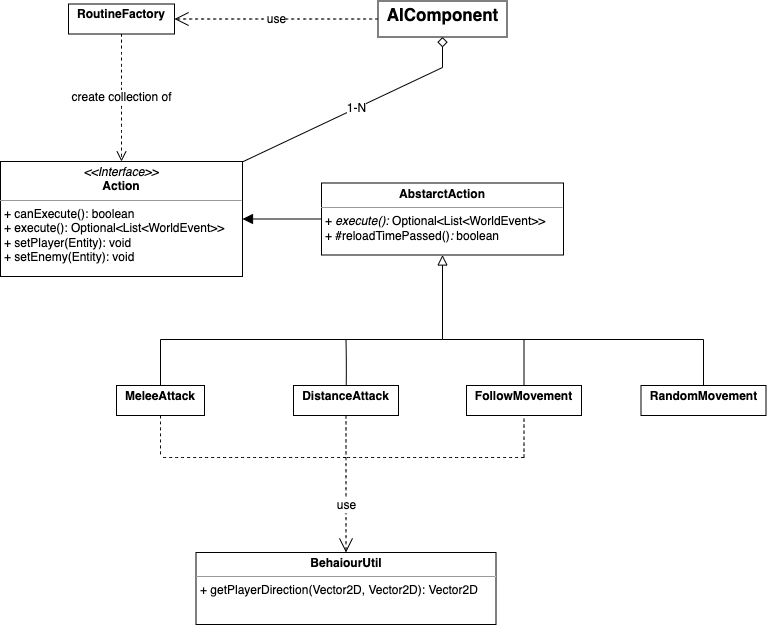
Before: latex/uml/UML_AI.png, a diagram exported from draw.io (LorenzoPrati/OOP22-dim-hol). Source tidied: cells renumbered, new cells last; positions are measured from the earlier drawing's top-left corner, leaving out a move shared by most shapes.
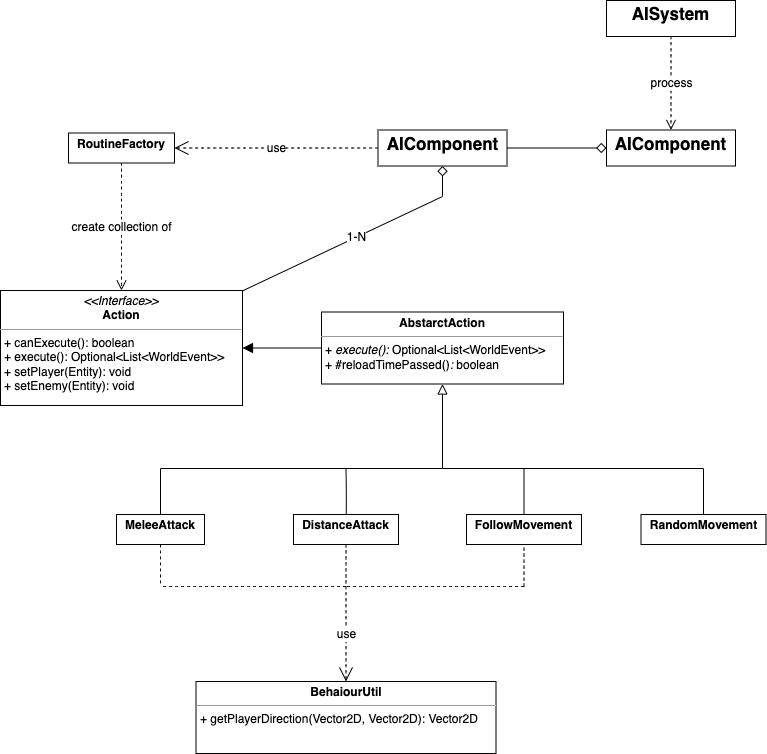
Later version of the same file.

Change to the diagram source:
```diff
@@ -114,11 +114,23 @@
     <mxCell id="35" value="&lt;p style=&quot;margin:0px;margin-top:4px;text-align:center;&quot;&gt;&lt;span&gt;RoutineFactory&lt;/span&gt;&lt;/p&gt;" style="verticalAlign=middle;align=left;overflow=fill;fontSize=12;fontFamily=Helvetica;html=1;whiteSpace=wrap;fontStyle=1;fixDash=0;" parent="1" vertex="1">
       <mxGeometry x="68" y="3.5" width="106" height="30" as="geometry" />
     </mxCell>
+    <mxCell id="38" style="edgeStyle=none;curved=1;rounded=0;jettySize=auto;html=1;entryX=0;entryY=0.5;entryDx=0;entryDy=0;fontSize=12;startSize=8;endSize=8;endArrow=diamond;endFill=0;" parent="1" edge="1" source="36" target="39">
+      <mxGeometry relative="1" as="geometry" />
+    </mxCell>
     <mxCell id="36" value="&lt;p style=&quot;margin:0px;margin-top:4px;text-align:center;&quot;&gt;&lt;b&gt;&lt;font style=&quot;font-size: 17px;&quot;&gt;AIComponent&lt;/font&gt;&lt;/b&gt;&lt;/p&gt;" style="verticalAlign=top;align=left;overflow=fill;fontSize=12;fontFamily=Helvetica;html=1;whiteSpace=wrap;fixDash=0;" parent="1" vertex="1">
       <mxGeometry x="377.5" y="0.5" width="129" height="36" as="geometry" />
     </mxCell>
     <mxCell id="37" value="use" style="endArrow=open;endSize=12;dashed=1;html=1;rounded=0;fontSize=12;curved=1;exitX=0;exitY=0.5;exitDx=0;exitDy=0;entryX=1;entryY=0.5;entryDx=0;entryDy=0;fixDash=0;endFill=0;" parent="1" edge="1" source="36" target="35">
       <mxGeometry relative="1" as="geometry" />
     </mxCell>
+    <mxCell id="39" value="&lt;p style=&quot;margin:0px;margin-top:4px;text-align:center;&quot;&gt;&lt;b&gt;&lt;font style=&quot;font-size: 17px;&quot;&gt;AIComponent&lt;/font&gt;&lt;/b&gt;&lt;/p&gt;" style="verticalAlign=top;align=left;overflow=fill;fontSize=12;fontFamily=Helvetica;html=1;whiteSpace=wrap;fixDash=0;" parent="1" vertex="1">
+      <mxGeometry x="606" y="0.5" width="129" height="36" as="geometry" />
+    </mxCell>
+    <mxCell id="40" value="process" style="edgeStyle=none;curved=1;rounded=0;jettySize=auto;html=1;entryX=0.5;entryY=0;entryDx=0;entryDy=0;fontSize=12;startSize=8;endSize=8;endArrow=open;endFill=0;dashed=1;" parent="1" edge="1" source="41" target="39">
+      <mxGeometry relative="1" as="geometry" />
+    </mxCell>
+    <mxCell id="41" value="&lt;p style=&quot;margin: 4px 0px 0px;&quot;&gt;&lt;b&gt;&lt;font style=&quot;font-size: 17px;&quot;&gt;AISystem&lt;/font&gt;&lt;/b&gt;&lt;/p&gt;" style="verticalAlign=top;align=center;overflow=fill;fontSize=12;fontFamily=Helvetica;html=1;whiteSpace=wrap;fixDash=0;" parent="1" vertex="1">
+      <mxGeometry x="606" y="-129" width="129" height="36" as="geometry" />
+    </mxCell>
   </root>
 </mxGraphModel>
```
